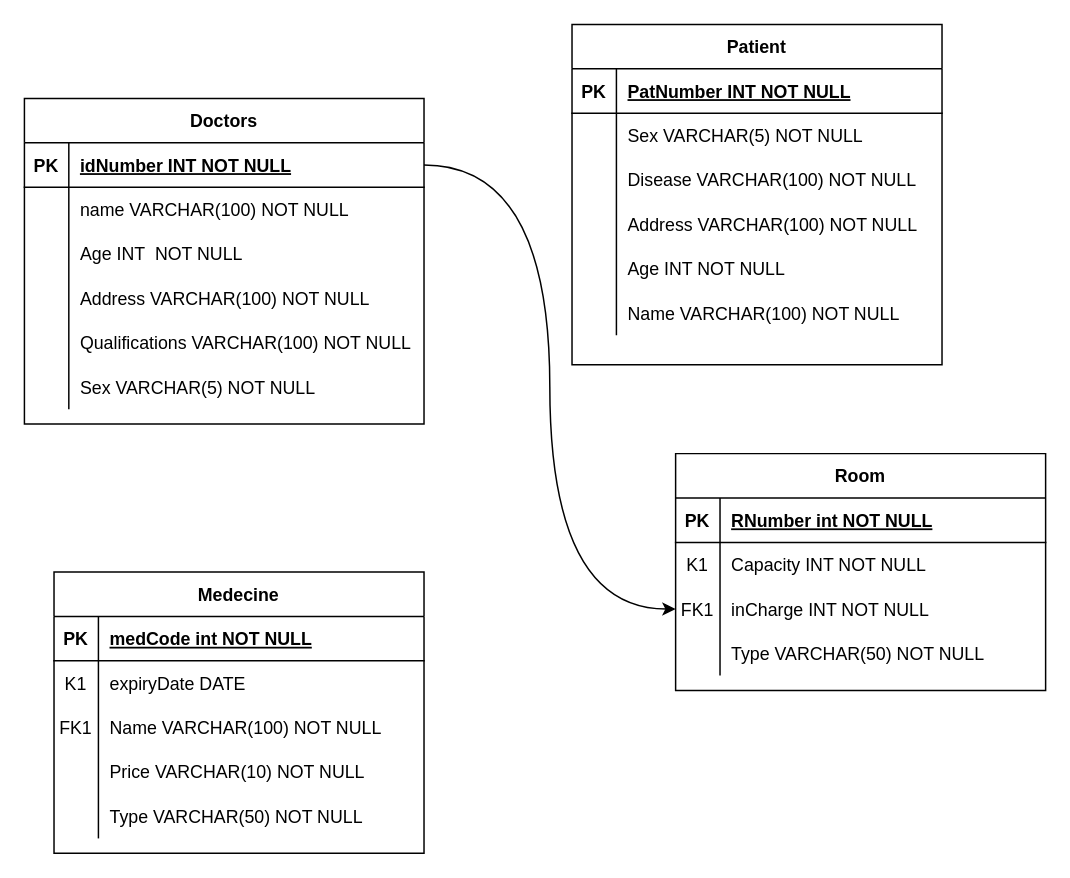
Above: Untitled Diagram.drawio in Navyn27/ER-Diagrams-class-task (draw.io), before the change. Source tidied: cells renumbered, new cells numbered last; positions are measured from the earlier drawing's top-left corner, leaving out a move shared by most shapes. Both pictures are drawn from the tidied source at 148%, with x=0, y=0 at pixel (24, 24).
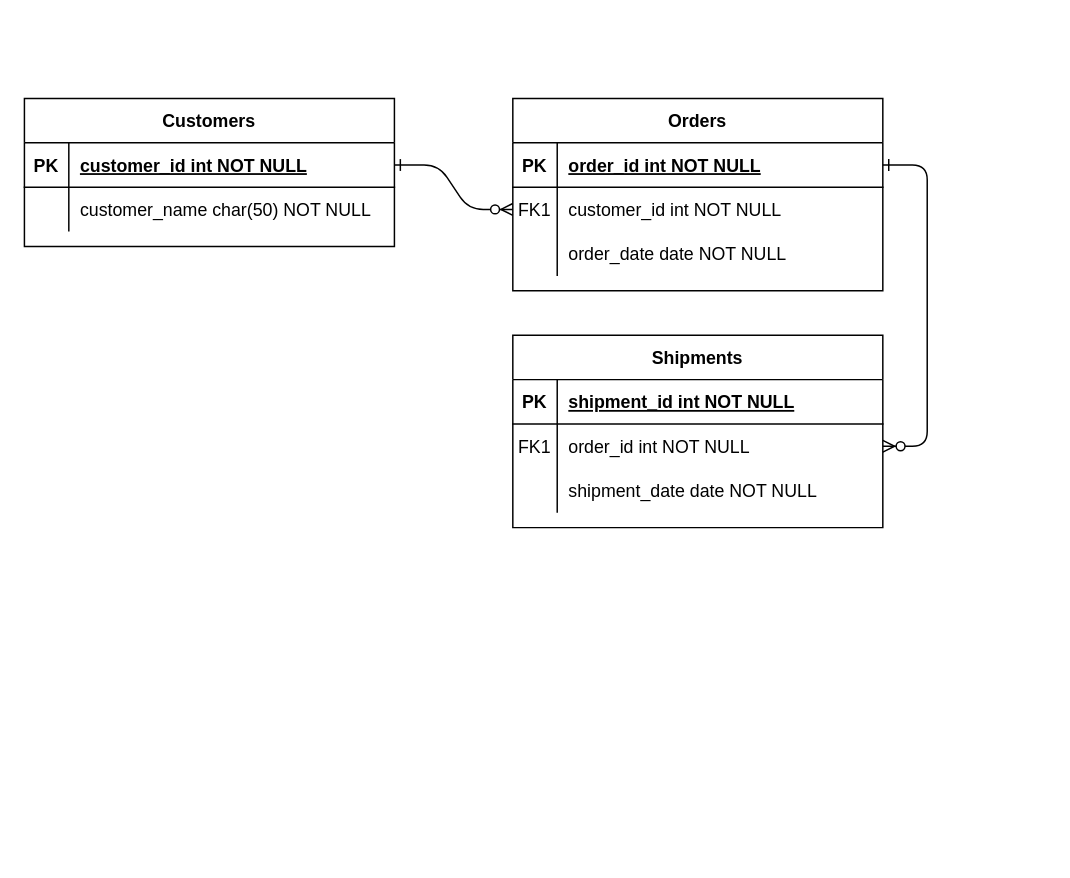
Above is the later version.

The change refers to these unchanged cells:
```xml
<mxCell id="3" style="shape=partialRectangle;fillColor=none;points=[[0,0.5],[1,0.5]];portConstraint=eastwest;top=0;left=0;right=0;bottom=1;" parent="2" vertex="1">
  <mxGeometry y="30" width="250" height="30" as="geometry" />
</mxCell>
<mxCell id="6" style="shape=partialRectangle;fillColor=none;points=[[0,0.5],[1,0.5]];portConstraint=eastwest;top=0;left=0;right=0;bottom=0;" parent="2" vertex="1">
  <mxGeometry y="60" width="250" height="30" as="geometry" />
</mxCell>
<mxCell id="9" style="shape=partialRectangle;fillColor=none;top=0;left=0;right=0;bottom=0;" parent="2" vertex="1">
  <mxGeometry y="90" width="250" height="30" as="geometry" />
</mxCell>
<mxCell id="22" style="shape=partialRectangle;fillColor=none;top=0;left=0;right=0;bottom=1;" parent="21" vertex="1">
  <mxGeometry y="30" width="250" height="30" as="geometry" />
</mxCell>
<mxCell id="25" style="shape=partialRectangle;fillColor=none;points=[[0,0.5],[1,0.5]];portConstraint=eastwest;top=0;left=0;right=0;bottom=0;" parent="21" vertex="1">
  <mxGeometry y="60" width="250" height="30" as="geometry" />
</mxCell>
<mxCell id="28" style="shape=partialRectangle;fillColor=none;points=[[0,0.5],[1,0.5]];portConstraint=eastwest;top=0;left=0;right=0;bottom=0;" parent="21" vertex="1">
  <mxGeometry y="90" width="250" height="30" as="geometry" />
</mxCell>
```

The edit, as a diff of the source:
```diff
@@
+    <mxCell id="70" style="edgeStyle=entityRelationEdgeStyle;endArrow=ERzeroToMany;startArrow=ERone;endFill=1;startFill=0;" parent="1" edge="1" source="35" target="6">
+      <mxGeometry relative="1" as="geometry" />
+    </mxCell>
+    <mxCell id="71" style="edgeStyle=entityRelationEdgeStyle;endArrow=ERzeroToMany;startArrow=ERone;endFill=1;startFill=0;" parent="1" edge="1" source="3" target="25">
+      <mxGeometry relative="1" as="geometry" />
+    </mxCell>
-    <mxCell id="2" value="Patient" style="shape=table;startSize=30;childLayout=tableLayout;rowLines=0;fontStyle=1;align=center;" parent="1" vertex="1">
-      <mxGeometry x="370" width="250" height="230" as="geometry" />
+    <mxCell id="2" value="Orders" style="shape=table;startSize=30;childLayout=tableLayout;rowLines=0;fontStyle=1;align=center;" parent="1" vertex="1">
+      <mxGeometry x="330" y="50" width="250" height="130" as="geometry" />
     </mxCell>
@@
-    <mxCell id="5" value="PatNumber INT NOT NULL " style="shape=partialRectangle;overflow=hidden;fillColor=none;top=0;left=0;bottom=0;right=0;align=left;spacingLeft=6;fontStyle=5;" parent="3" vertex="1">
+    <mxCell id="5" value="order_id int NOT NULL " style="shape=partialRectangle;overflow=hidden;fillColor=none;top=0;left=0;bottom=0;right=0;align=left;spacingLeft=6;fontStyle=5;" parent="3" vertex="1">
       <mxGeometry x="30" width="220" height="30" as="geometry" />
     </mxCell>
@@
-    <mxCell id="7" style="shape=partialRectangle;overflow=hidden;fillColor=none;top=0;left=0;bottom=0;right=0;" parent="6" vertex="1">
+    <mxCell id="7" value="FK1" style="shape=partialRectangle;overflow=hidden;fillColor=none;top=0;left=0;bottom=0;right=0;" parent="6" vertex="1">
       <mxGeometry width="30" height="30" as="geometry" />
     </mxCell>
-    <mxCell id="8" value="Sex VARCHAR(5) NOT NULL" style="shape=partialRectangle;overflow=hidden;fillColor=none;top=0;left=0;bottom=0;right=0;align=left;spacingLeft=6;" parent="6" vertex="1">
+    <mxCell id="8" value="customer_id int NOT NULL" style="shape=partialRectangle;overflow=hidden;fillColor=none;top=0;left=0;bottom=0;right=0;align=left;spacingLeft=6;" parent="6" vertex="1">
       <mxGeometry x="30" width="220" height="30" as="geometry" />
     </mxCell>
@@
-    <mxCell id="11" value="Disease VARCHAR(100) NOT NULL" style="shape=partialRectangle;overflow=hidden;fillColor=none;top=0;left=0;bottom=0;right=0;align=left;spacingLeft=6;" parent="9" vertex="1">
+    <mxCell id="11" value="order_date date NOT NULL" style="shape=partialRectangle;overflow=hidden;fillColor=none;top=0;left=0;bottom=0;right=0;align=left;spacingLeft=6;" parent="9" vertex="1">
       <mxGeometry x="30" width="220" height="30" as="geometry" />
     </mxCell>
-    <mxCell id="12" style="shape=partialRectangle;fillColor=none;top=0;left=0;right=0;bottom=0;" parent="2" vertex="1">
-      <mxGeometry y="120" width="250" height="30" as="geometry" />
-    </mxCell>
-    <mxCell id="13" style="shape=partialRectangle;overflow=hidden;fillColor=none;top=0;left=0;bottom=0;right=0;" parent="12" vertex="1">
-      <mxGeometry width="30" height="30" as="geometry" />
-    </mxCell>
-    <mxCell id="14" value="Address VARCHAR(100) NOT NULL" style="shape=partialRectangle;overflow=hidden;fillColor=none;top=0;left=0;bottom=0;right=0;align=left;spacingLeft=6;" parent="12" vertex="1">
-      <mxGeometry x="30" width="220" height="30" as="geometry" />
-    </mxCell>
-    <mxCell id="15" style="shape=partialRectangle;fillColor=none;top=0;left=0;right=0;bottom=0;" parent="2" vertex="1">
-      <mxGeometry y="150" width="250" height="30" as="geometry" />
-    </mxCell>
-    <mxCell id="16" style="shape=partialRectangle;overflow=hidden;fillColor=none;top=0;left=0;bottom=0;right=0;" parent="15" vertex="1">
-      <mxGeometry width="30" height="30" as="geometry" />
-    </mxCell>
-    <mxCell id="17" value="Age INT NOT NULL" style="shape=partialRectangle;overflow=hidden;fillColor=none;top=0;left=0;bottom=0;right=0;align=left;spacingLeft=6;" parent="15" vertex="1">
-      <mxGeometry x="30" width="220" height="30" as="geometry" />
-    </mxCell>
-    <mxCell id="18" style="shape=partialRectangle;fillColor=none;top=0;left=0;right=0;bottom=0;" parent="2" vertex="1">
-      <mxGeometry y="180" width="250" height="30" as="geometry" />
-    </mxCell>
-    <mxCell id="19" style="shape=partialRectangle;overflow=hidden;fillColor=none;top=0;left=0;bottom=0;right=0;" parent="18" vertex="1">
-      <mxGeometry width="30" height="30" as="geometry" />
-    </mxCell>
-    <mxCell id="20" value="Name VARCHAR(100) NOT NULL" style="shape=partialRectangle;overflow=hidden;fillColor=none;top=0;left=0;bottom=0;right=0;align=left;spacingLeft=6;" parent="18" vertex="1">
-      <mxGeometry x="30" width="220" height="30" as="geometry" />
-    </mxCell>
-    <mxCell id="21" value="Room" style="shape=table;startSize=30;childLayout=tableLayout;rowLines=0;fontStyle=1;align=center;" parent="1" vertex="1">
-      <mxGeometry x="440" y="290" width="250" height="160" as="geometry" />
+    <mxCell id="21" value="Shipments" style="shape=table;startSize=30;childLayout=tableLayout;rowLines=0;fontStyle=1;align=center;" parent="1" vertex="1">
+      <mxGeometry x="330" y="210" width="250" height="130" as="geometry" />
     </mxCell>
@@
-    <mxCell id="24" value="RNumber int NOT NULL " style="shape=partialRectangle;overflow=hidden;fillColor=none;top=0;left=0;bottom=0;right=0;align=left;spacingLeft=6;fontStyle=5;" parent="22" vertex="1">
+    <mxCell id="24" value="shipment_id int NOT NULL " style="shape=partialRectangle;overflow=hidden;fillColor=none;top=0;left=0;bottom=0;right=0;align=left;spacingLeft=6;fontStyle=5;" parent="22" vertex="1">
       <mxGeometry x="30" width="220" height="30" as="geometry" />
     </mxCell>
@@
-    <mxCell id="26" value="K1" style="shape=partialRectangle;overflow=hidden;fillColor=none;top=0;left=0;bottom=0;right=0;" parent="25" vertex="1">
+    <mxCell id="26" value="FK1" style="shape=partialRectangle;overflow=hidden;fillColor=none;top=0;left=0;bottom=0;right=0;" parent="25" vertex="1">
       <mxGeometry width="30" height="30" as="geometry" />
     </mxCell>
-    <mxCell id="27" value="Capacity INT NOT NULL" style="shape=partialRectangle;overflow=hidden;fillColor=none;top=0;left=0;bottom=0;right=0;align=left;spacingLeft=6;" parent="25" vertex="1">
+    <mxCell id="27" value="order_id int NOT NULL" style="shape=partialRectangle;overflow=hidden;fillColor=none;top=0;left=0;bottom=0;right=0;align=left;spacingLeft=6;" parent="25" vertex="1">
       <mxGeometry x="30" width="220" height="30" as="geometry" />
     </mxCell>
@@
-    <mxCell id="29" value="FK1" style="shape=partialRectangle;overflow=hidden;fillColor=none;top=0;left=0;bottom=0;right=0;" parent="28" vertex="1">
+    <mxCell id="29" style="shape=partialRectangle;overflow=hidden;fillColor=none;top=0;left=0;bottom=0;right=0;" parent="28" vertex="1">
       <mxGeometry width="30" height="30" as="geometry" />
     </mxCell>
-    <mxCell id="30" value="inCharge INT NOT NULL" style="shape=partialRectangle;overflow=hidden;fillColor=none;top=0;left=0;bottom=0;right=0;align=left;spacingLeft=6;" parent="28" vertex="1">
+    <mxCell id="30" value="shipment_date date NOT NULL" style="shape=partialRectangle;overflow=hidden;fillColor=none;top=0;left=0;bottom=0;right=0;align=left;spacingLeft=6;" parent="28" vertex="1">
       <mxGeometry x="30" width="220" height="30" as="geometry" />
     </mxCell>
-    <mxCell id="31" style="shape=partialRectangle;fillColor=none;top=0;left=0;right=0;bottom=0;" parent="21" vertex="1">
-      <mxGeometry y="120" width="250" height="30" as="geometry" />
-    </mxCell>
-    <mxCell id="32" style="shape=partialRectangle;overflow=hidden;fillColor=none;top=0;left=0;bottom=0;right=0;" parent="31" vertex="1">
-      <mxGeometry width="30" height="30" as="geometry" />
-    </mxCell>
-    <mxCell id="33" value="Type VARCHAR(50) NOT NULL" style="shape=partialRectangle;overflow=hidden;fillColor=none;top=0;left=0;bottom=0;right=0;align=left;spacingLeft=6;" parent="31" vertex="1">
-      <mxGeometry x="30" width="220" height="30" as="geometry" />
-    </mxCell>
-    <mxCell id="34" value="Doctors" style="shape=table;startSize=30;childLayout=tableLayout;rowLines=0;fontStyle=1;align=center;" parent="1" vertex="1">
-      <mxGeometry y="50" width="270" height="220" as="geometry" />
+    <mxCell id="34" value="Customers" style="shape=table;startSize=30;childLayout=tableLayout;rowLines=0;fontStyle=1;align=center;" parent="1" vertex="1">
+      <mxGeometry y="50" width="250" height="100" as="geometry" />
     </mxCell>
     <mxCell id="35" style="shape=partialRectangle;fillColor=none;points=[[0,0.5],[1,0.5]];portConstraint=eastwest;top=0;left=0;right=0;bottom=1;" parent="34" vertex="1">
-      <mxGeometry y="30" width="270" height="30" as="geometry" />
+      <mxGeometry y="30" width="250" height="30" as="geometry" />
     </mxCell>
@@
-    <mxCell id="37" value="idNumber INT NOT NULL " style="shape=partialRectangle;overflow=hidden;fillColor=none;top=0;left=0;bottom=0;right=0;align=left;spacingLeft=6;fontStyle=5;" parent="35" vertex="1">
-      <mxGeometry x="30" width="240" height="30" as="geometry" />
+    <mxCell id="37" value="customer_id int NOT NULL " style="shape=partialRectangle;overflow=hidden;fillColor=none;top=0;left=0;bottom=0;right=0;align=left;spacingLeft=6;fontStyle=5;" parent="35" vertex="1">
+      <mxGeometry x="30" width="220" height="30" as="geometry" />
     </mxCell>
     <mxCell id="38" style="shape=partialRectangle;fillColor=none;top=0;left=0;right=0;bottom=0;" parent="34" vertex="1">
-      <mxGeometry y="60" width="270" height="30" as="geometry" />
+      <mxGeometry y="60" width="250" height="30" as="geometry" />
     </mxCell>
@@
-    <mxCell id="40" value="name VARCHAR(100) NOT NULL" style="shape=partialRectangle;overflow=hidden;fillColor=none;top=0;left=0;bottom=0;right=0;align=left;spacingLeft=6;" parent="38" vertex="1">
-      <mxGeometry x="30" width="240" height="30" as="geometry" />
+    <mxCell id="40" value="customer_name char(50) NOT NULL" style="shape=partialRectangle;overflow=hidden;fillColor=none;top=0;left=0;bottom=0;right=0;align=left;spacingLeft=6;" parent="38" vertex="1">
+      <mxGeometry x="30" width="220" height="30" as="geometry" />
     </mxCell>
-    <mxCell id="41" style="shape=partialRectangle;fillColor=none;top=0;left=0;right=0;bottom=0;" parent="34" vertex="1">
-      <mxGeometry y="90" width="270" height="30" as="geometry" />
-    </mxCell>
-    <mxCell id="42" style="shape=partialRectangle;overflow=hidden;fillColor=none;top=0;left=0;bottom=0;right=0;" parent="41" vertex="1">
-      <mxGeometry width="30" height="30" as="geometry" />
-    </mxCell>
-    <mxCell id="43" value="Age INT  NOT NULL" style="shape=partialRectangle;overflow=hidden;fillColor=none;top=0;left=0;bottom=0;right=0;align=left;spacingLeft=6;" parent="41" vertex="1">
-      <mxGeometry x="30" width="240" height="30" as="geometry" />
-    </mxCell>
-    <mxCell id="44" style="shape=partialRectangle;fillColor=none;top=0;left=0;right=0;bottom=0;" parent="34" vertex="1">
-      <mxGeometry y="120" width="270" height="30" as="geometry" />
-    </mxCell>
-    <mxCell id="45" style="shape=partialRectangle;overflow=hidden;fillColor=none;top=0;left=0;bottom=0;right=0;" parent="44" vertex="1">
-      <mxGeometry width="30" height="30" as="geometry" />
-    </mxCell>
-    <mxCell id="46" value="Address VARCHAR(100) NOT NULL" style="shape=partialRectangle;overflow=hidden;fillColor=none;top=0;left=0;bottom=0;right=0;align=left;spacingLeft=6;" parent="44" vertex="1">
-      <mxGeometry x="30" width="240" height="30" as="geometry" />
-    </mxCell>
-    <mxCell id="47" style="shape=partialRectangle;fillColor=none;top=0;left=0;right=0;bottom=0;" parent="34" vertex="1">
-      <mxGeometry y="150" width="270" height="30" as="geometry" />
-    </mxCell>
-    <mxCell id="48" style="shape=partialRectangle;overflow=hidden;fillColor=none;top=0;left=0;bottom=0;right=0;" parent="47" vertex="1">
-      <mxGeometry width="30" height="30" as="geometry" />
-    </mxCell>
-    <mxCell id="49" value="Qualifications VARCHAR(100) NOT NULL" style="shape=partialRectangle;overflow=hidden;fillColor=none;top=0;left=0;bottom=0;right=0;align=left;spacingLeft=6;" parent="47" vertex="1">
-      <mxGeometry x="30" width="240" height="30" as="geometry" />
-    </mxCell>
-    <mxCell id="50" style="shape=partialRectangle;fillColor=none;top=0;left=0;right=0;bottom=0;" parent="34" vertex="1">
-      <mxGeometry y="180" width="270" height="30" as="geometry" />
-    </mxCell>
-    <mxCell id="51" style="shape=partialRectangle;overflow=hidden;fillColor=none;top=0;left=0;bottom=0;right=0;" parent="50" vertex="1">
-      <mxGeometry width="30" height="30" as="geometry" />
-    </mxCell>
-    <mxCell id="52" value="Sex VARCHAR(5) NOT NULL" style="shape=partialRectangle;overflow=hidden;fillColor=none;top=0;left=0;bottom=0;right=0;align=left;spacingLeft=6;" parent="50" vertex="1">
-      <mxGeometry x="30" width="240" height="30" as="geometry" />
-    </mxCell>
-    <mxCell id="53" value="Medecine" style="shape=table;startSize=30;childLayout=tableLayout;rowLines=0;fontStyle=1;align=center;" parent="1" vertex="1">
-      <mxGeometry x="20" y="370" width="250" height="190" as="geometry" />
-    </mxCell>
-    <mxCell id="54" style="shape=partialRectangle;fillColor=none;top=0;left=0;right=0;bottom=1;" parent="53" vertex="1">
-      <mxGeometry y="30" width="250" height="30" as="geometry" />
-    </mxCell>
-    <mxCell id="55" value="PK" style="shape=partialRectangle;overflow=hidden;fillColor=none;top=0;left=0;bottom=0;right=0;fontStyle=1;" parent="54" vertex="1">
-      <mxGeometry width="30" height="30" as="geometry" />
-    </mxCell>
-    <mxCell id="56" value="medCode int NOT NULL " style="shape=partialRectangle;overflow=hidden;fillColor=none;top=0;left=0;bottom=0;right=0;align=left;spacingLeft=6;fontStyle=5;" parent="54" vertex="1">
-      <mxGeometry x="30" width="220" height="30" as="geometry" />
-    </mxCell>
-    <mxCell id="57" style="shape=partialRectangle;fillColor=none;top=0;left=0;right=0;bottom=0;" parent="53" vertex="1">
-      <mxGeometry y="60" width="250" height="30" as="geometry" />
-    </mxCell>
-    <mxCell id="58" value="K1" style="shape=partialRectangle;overflow=hidden;fillColor=none;top=0;left=0;bottom=0;right=0;" parent="57" vertex="1">
-      <mxGeometry width="30" height="30" as="geometry" />
-    </mxCell>
-    <mxCell id="59" value="expiryDate DATE " style="shape=partialRectangle;overflow=hidden;fillColor=none;top=0;left=0;bottom=0;right=0;align=left;spacingLeft=6;" parent="57" vertex="1">
-      <mxGeometry x="30" width="220" height="30" as="geometry" />
-    </mxCell>
-    <mxCell id="60" style="shape=partialRectangle;fillColor=none;top=0;left=0;right=0;bottom=0;" parent="53" vertex="1">
-      <mxGeometry y="90" width="250" height="30" as="geometry" />
-    </mxCell>
-    <mxCell id="61" value="FK1" style="shape=partialRectangle;overflow=hidden;fillColor=none;top=0;left=0;bottom=0;right=0;" parent="60" vertex="1">
-      <mxGeometry width="30" height="30" as="geometry" />
-    </mxCell>
-    <mxCell id="62" value="Name VARCHAR(100) NOT NULL" style="shape=partialRectangle;overflow=hidden;fillColor=none;top=0;left=0;bottom=0;right=0;align=left;spacingLeft=6;" parent="60" vertex="1">
-      <mxGeometry x="30" width="220" height="30" as="geometry" />
-    </mxCell>
-    <mxCell id="63" style="shape=partialRectangle;fillColor=none;top=0;left=0;right=0;bottom=0;" parent="53" vertex="1">
-      <mxGeometry y="120" width="250" height="30" as="geometry" />
-    </mxCell>
-    <mxCell id="64" style="shape=partialRectangle;overflow=hidden;fillColor=none;top=0;left=0;bottom=0;right=0;" parent="63" vertex="1">
-      <mxGeometry width="30" height="30" as="geometry" />
-    </mxCell>
-    <mxCell id="65" value="Price VARCHAR(10) NOT NULL" style="shape=partialRectangle;overflow=hidden;fillColor=none;top=0;left=0;bottom=0;right=0;align=left;spacingLeft=6;" parent="63" vertex="1">
-      <mxGeometry x="30" width="220" height="30" as="geometry" />
-    </mxCell>
-    <mxCell id="66" style="shape=partialRectangle;fillColor=none;top=0;left=0;right=0;bottom=0;" parent="53" vertex="1">
-      <mxGeometry y="150" width="250" height="30" as="geometry" />
-    </mxCell>
-    <mxCell id="67" style="shape=partialRectangle;overflow=hidden;fillColor=none;top=0;left=0;bottom=0;right=0;" parent="66" vertex="1">
-      <mxGeometry width="30" height="30" as="geometry" />
-    </mxCell>
-    <mxCell id="68" value="Type VARCHAR(50) NOT NULL" style="shape=partialRectangle;overflow=hidden;fillColor=none;top=0;left=0;bottom=0;right=0;align=left;spacingLeft=6;" parent="66" vertex="1">
-      <mxGeometry x="30" width="220" height="30" as="geometry" />
-    </mxCell>
-    <mxCell id="69" style="edgeStyle=orthogonalEdgeStyle;rounded=0;jettySize=auto;html=1;curved=1;" parent="1" edge="1" source="35" target="28">
-      <mxGeometry relative="1" as="geometry" />
-    </mxCell>
```
